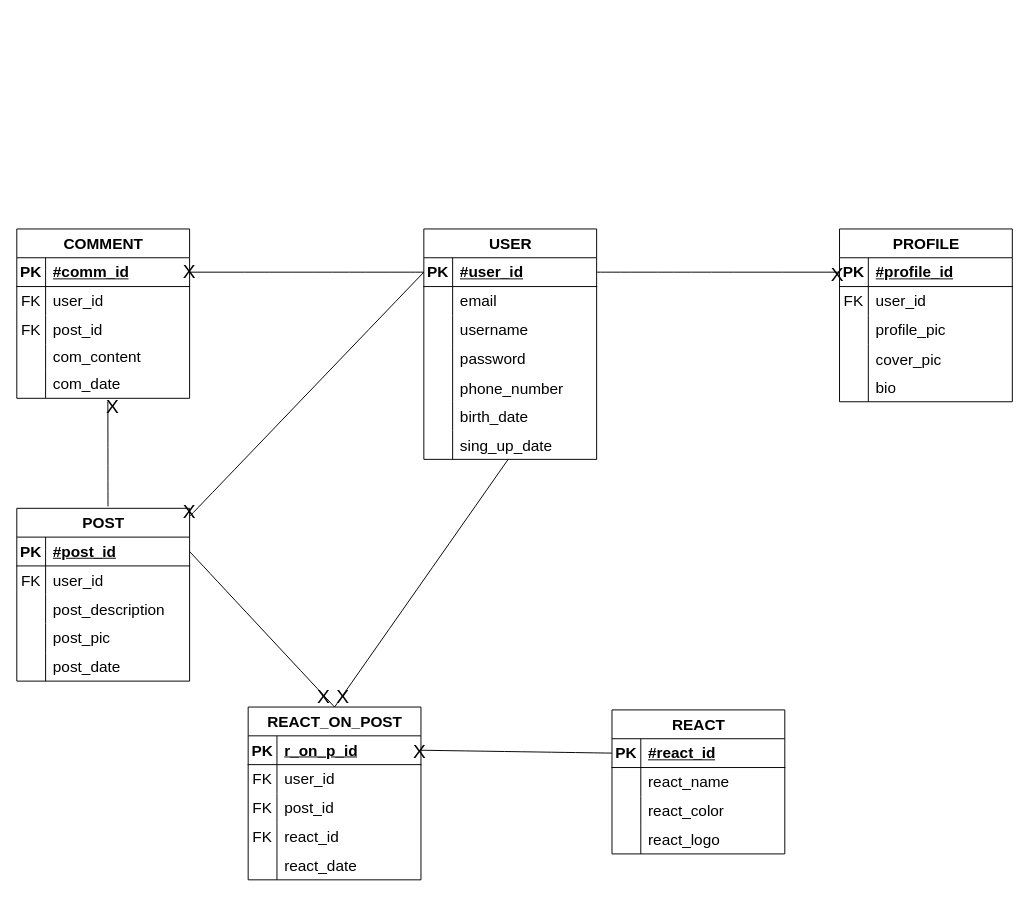
Matoka26/ASP.NET keeps this draw.io diagram as page "Conceptual diagram" (2 of 2) of Final Project/Diagrama aspnet .drawio. Above is the earlier version. Source tidied: cells renumbered, new cells numbered last; positions are measured from the earlier drawing's top-left corner, leaving out a move shared by most shapes. Both pictures are drawn from the tidied source at 96%, with x=0, y=0 at pixel (16, 228).
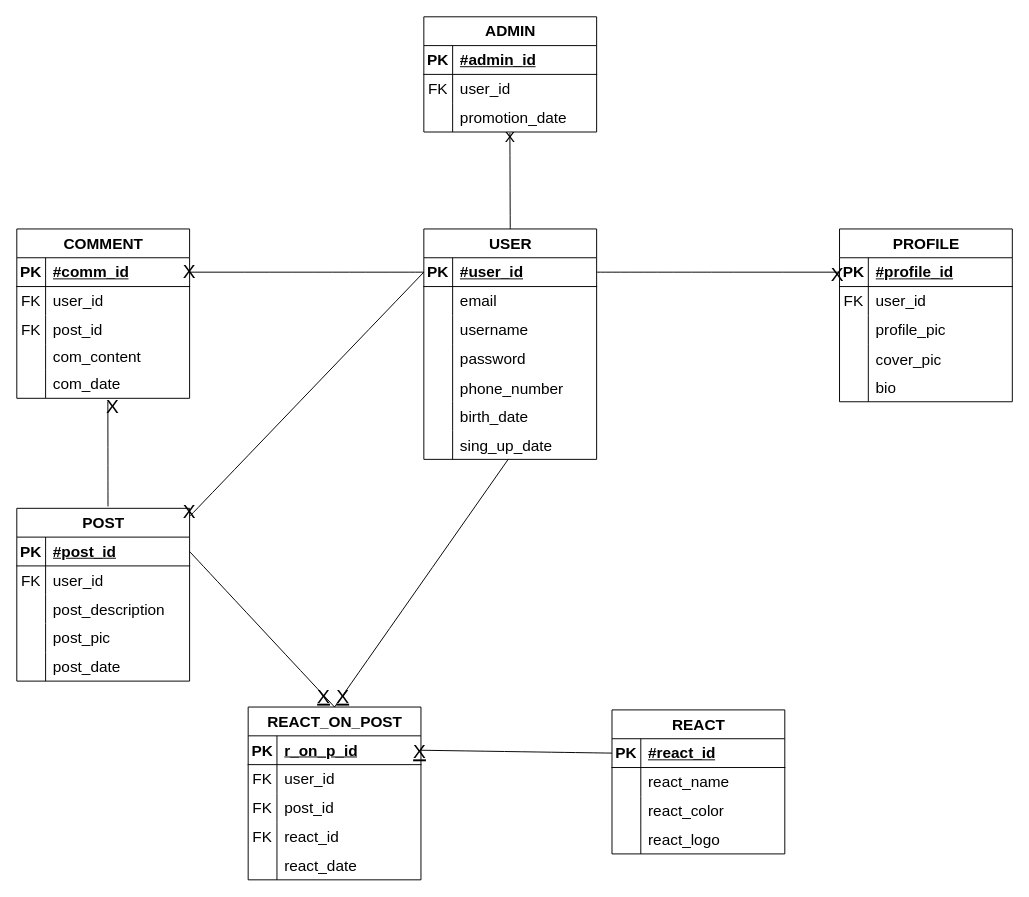
After the change.

Commit message (it also covers changes not shown here):
Added admin subentity of user

Unchanged cells that the change refers to:
```xml
<mxCell id="2" value="USER" style="shape=table;startSize=30;childLayout=tableLayout;rowLines=0;fontStyle=1;align=center;html=1;fontSize=16;" parent="1" vertex="1">
  <mxGeometry x="424" width="180" height="240" as="geometry" />
</mxCell>
```

Diff of the diagram source:
```diff
@@
-    <mxCell id="111" value="X" style="text;html=1;strokeColor=none;fillColor=none;align=center;verticalAlign=middle;whiteSpace=wrap;rounded=0;fontSize=20;" parent="1" vertex="1">
+    <mxCell id="111" value="&lt;u&gt;X&lt;/u&gt;" style="text;html=1;strokeColor=none;fillColor=none;align=center;verticalAlign=middle;whiteSpace=wrap;rounded=0;fontSize=20;" parent="1" vertex="1">
       <mxGeometry x="290" y="471" width="60" height="30" as="geometry" />
     </mxCell>
-    <mxCell id="112" value="X" style="text;html=1;strokeColor=none;fillColor=none;align=center;verticalAlign=middle;whiteSpace=wrap;rounded=0;fontSize=20;" parent="1" vertex="1">
+    <mxCell id="112" value="&lt;u&gt;X&lt;/u&gt;" style="text;html=1;strokeColor=none;fillColor=none;align=center;verticalAlign=middle;whiteSpace=wrap;rounded=0;fontSize=20;" parent="1" vertex="1">
       <mxGeometry x="310" y="471" width="60" height="30" as="geometry" />
     </mxCell>
@@
-    <mxCell id="114" value="X" style="text;html=1;strokeColor=none;fillColor=none;align=center;verticalAlign=middle;whiteSpace=wrap;rounded=0;fontSize=20;" parent="1" vertex="1">
+    <mxCell id="114" value="&lt;u&gt;X&lt;/u&gt;" style="text;html=1;strokeColor=none;fillColor=none;align=center;verticalAlign=middle;whiteSpace=wrap;rounded=0;fontSize=20;" parent="1" vertex="1">
       <mxGeometry x="390" y="529" width="60" height="30" as="geometry" />
     </mxCell>
@@
+    <mxCell id="116" value="ADMIN" style="shape=table;startSize=30;childLayout=tableLayout;rowLines=0;fontStyle=1;align=center;html=1;fontSize=16;" parent="1" vertex="1">
+      <mxGeometry x="424" y="-221" width="180" height="120" as="geometry" />
+    </mxCell>
+    <mxCell id="117" style="shape=tableRow;horizontal=0;startSize=0;swimlaneHead=0;swimlaneBody=0;fillColor=none;top=0;left=0;right=0;bottom=1;fontSize=16;" parent="116" vertex="1">
+      <mxGeometry y="30" width="180" height="30" as="geometry" />
+    </mxCell>
+    <mxCell id="118" value="PK" style="shape=partialRectangle;fillColor=none;top=0;left=0;bottom=0;right=0;fontStyle=1;overflow=hidden;whiteSpace=wrap;html=1;fontSize=16;" parent="117" vertex="1">
+      <mxGeometry width="30" height="30" as="geometry" />
+    </mxCell>
+    <mxCell id="119" value="#admin_id" style="shape=partialRectangle;fillColor=none;top=0;left=0;bottom=0;right=0;align=left;spacingLeft=6;fontStyle=5;overflow=hidden;whiteSpace=wrap;html=1;fontSize=16;" parent="117" vertex="1">
+      <mxGeometry x="30" width="150" height="30" as="geometry" />
+    </mxCell>
+    <mxCell id="120" style="shape=tableRow;horizontal=0;startSize=0;swimlaneHead=0;swimlaneBody=0;fillColor=none;top=0;left=0;right=0;bottom=0;fontSize=16;" parent="116" vertex="1">
+      <mxGeometry y="60" width="180" height="30" as="geometry" />
+    </mxCell>
+    <mxCell id="121" value="FK" style="shape=partialRectangle;fillColor=none;top=0;left=0;bottom=0;right=0;fontStyle=0;overflow=hidden;whiteSpace=wrap;html=1;fontSize=16;" parent="120" vertex="1">
+      <mxGeometry width="30" height="30" as="geometry" />
+    </mxCell>
+    <mxCell id="122" value="user_id" style="shape=partialRectangle;fillColor=none;top=0;left=0;bottom=0;right=0;align=left;spacingLeft=6;fontStyle=0;overflow=hidden;whiteSpace=wrap;html=1;fontSize=16;" parent="120" vertex="1">
+      <mxGeometry x="30" width="150" height="30" as="geometry" />
+    </mxCell>
+    <mxCell id="123" style="shape=tableRow;horizontal=0;startSize=0;swimlaneHead=0;swimlaneBody=0;fillColor=none;points=[[0,0.5],[1,0.5]];portConstraint=eastwest;top=0;left=0;right=0;bottom=0;fontSize=16;" parent="116" vertex="1">
+      <mxGeometry y="90" width="180" height="30" as="geometry" />
+    </mxCell>
+    <mxCell id="124" style="shape=partialRectangle;fillColor=none;top=0;left=0;bottom=0;right=0;overflow=hidden;whiteSpace=wrap;html=1;fontSize=16;" parent="123" vertex="1">
+      <mxGeometry width="30" height="30" as="geometry" />
+    </mxCell>
+    <mxCell id="125" value="promotion_date" style="shape=partialRectangle;fillColor=none;top=0;left=0;bottom=0;right=0;align=left;spacingLeft=6;overflow=hidden;whiteSpace=wrap;html=1;fontSize=16;" parent="123" vertex="1">
+      <mxGeometry x="30" width="150" height="30" as="geometry" />
+    </mxCell>
+    <mxCell id="126" style="endArrow=none;html=1;rounded=0;fontSize=12;startSize=8;endSize=8;curved=1;exitX=0.5;exitY=0;exitDx=0;exitDy=0;entryX=0.498;entryY=1.033;entryDx=0;entryDy=0;entryPerimeter=0;" parent="1" edge="1" source="2" target="123">
+      <mxGeometry relative="1" as="geometry" />
+    </mxCell>
+    <mxCell id="127" value="X" style="text;html=1;strokeColor=none;fillColor=none;align=center;verticalAlign=middle;whiteSpace=wrap;rounded=0;fontSize=16;" parent="1" vertex="1">
+      <mxGeometry x="484" y="-111" width="60" height="30" as="geometry" />
+    </mxCell>
```
